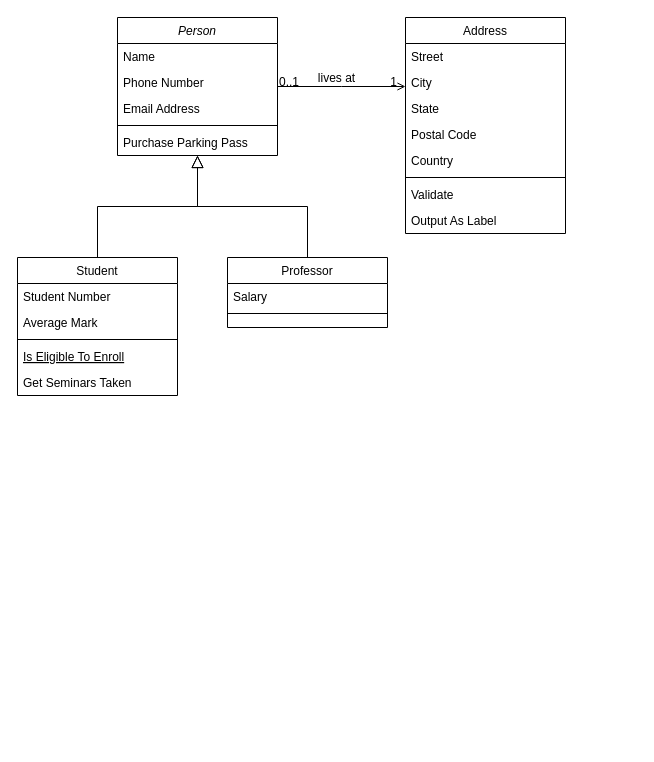
The draw.io diagram docs/UML1.drawio in justinzhuguangwen/behaviac, before the edit. Source tidied: cells renumbered, new cells numbered last; positions are measured from the earlier drawing's top-left corner, leaving out a move shared by most shapes. Both pictures are drawn from the tidied source at 100%, with x=0, y=0 at pixel (17, 17).
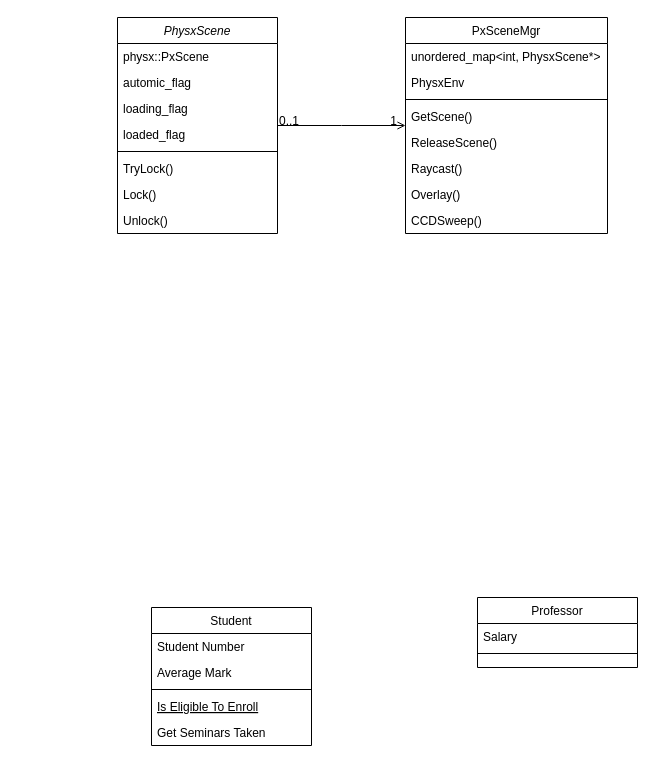
Above is the later version.

The change refers to these unchanged cells:
```xml
<mxCell id="28" style="endArrow=open;shadow=0;strokeWidth=1;rounded=0;endFill=1;edgeStyle=elbowEdgeStyle;elbow=vertical;" parent="1" edge="1" source="2" target="19">
  <mxGeometry x="0.5" y="41" relative="1" as="geometry">
    <mxPoint x="-40" y="32" as="offset" />
  </mxGeometry>
</mxCell>
```

Diff of the diagram source:
```diff
@@
-    <mxCell id="2" value="Person" style="swimlane;fontStyle=2;align=center;verticalAlign=top;horizontal=1;startSize=26;rounded=0;shadow=0;strokeWidth=1;" parent="1" vertex="1">
-      <mxGeometry x="100" width="160" height="138" as="geometry" />
+    <mxCell id="2" value="PhysxScene" style="swimlane;fontStyle=2;align=center;verticalAlign=top;horizontal=1;startSize=26;rounded=0;shadow=0;strokeWidth=1;" parent="1" vertex="1">
+      <mxGeometry x="100" width="160" height="216" as="geometry" />
     </mxCell>
-    <mxCell id="3" value="Name" style="text;align=left;verticalAlign=top;spacingLeft=4;spacingRight=4;overflow=hidden;" parent="2" vertex="1">
+    <mxCell id="3" value="physx::PxScene" style="text;align=left;verticalAlign=top;spacingLeft=4;spacingRight=4;overflow=hidden;" parent="2" vertex="1">
       <mxGeometry y="26" width="160" height="26" as="geometry" />
     </mxCell>
-    <mxCell id="4" value="Phone Number" style="text;align=left;verticalAlign=top;spacingLeft=4;spacingRight=4;overflow=hidden;rounded=0;shadow=0;html=0;" parent="2" vertex="1">
+    <mxCell id="4" value="automic_flag" style="text;align=left;verticalAlign=top;spacingLeft=4;spacingRight=4;overflow=hidden;rounded=0;shadow=0;html=0;" parent="2" vertex="1">
       <mxGeometry y="52" width="160" height="26" as="geometry" />
     </mxCell>
-    <mxCell id="5" value="Email Address" style="text;align=left;verticalAlign=top;spacingLeft=4;spacingRight=4;overflow=hidden;rounded=0;shadow=0;html=0;" parent="2" vertex="1">
+    <mxCell id="5" value="loading_flag" style="text;align=left;verticalAlign=top;spacingLeft=4;spacingRight=4;overflow=hidden;rounded=0;shadow=0;html=0;" parent="2" vertex="1">
       <mxGeometry y="78" width="160" height="26" as="geometry" />
     </mxCell>
+    <mxCell id="7" value="loaded_flag" style="text;align=left;verticalAlign=top;spacingLeft=4;spacingRight=4;overflow=hidden;" parent="2" vertex="1">
+      <mxGeometry y="104" width="160" height="26" as="geometry" />
+    </mxCell>
     <mxCell id="6" style="line;html=1;strokeWidth=1;align=left;verticalAlign=middle;spacingTop=-1;spacingLeft=3;spacingRight=3;labelPosition=right;" parent="2" vertex="1">
-      <mxGeometry y="104" width="160" height="8" as="geometry" />
+      <mxGeometry y="130" width="160" height="8" as="geometry" />
     </mxCell>
-    <mxCell id="7" value="Purchase Parking Pass" style="text;align=left;verticalAlign=top;spacingLeft=4;spacingRight=4;overflow=hidden;" parent="2" vertex="1">
-      <mxGeometry y="112" width="160" height="26" as="geometry" />
-    </mxCell>
+    <mxCell id="32" value="TryLock()" style="text;align=left;verticalAlign=top;spacingLeft=4;spacingRight=4;overflow=hidden;" parent="2" vertex="1">
+      <mxGeometry y="138" width="160" height="26" as="geometry" />
+    </mxCell>
+    <mxCell id="33" value="Lock()" style="text;align=left;verticalAlign=top;spacingLeft=4;spacingRight=4;overflow=hidden;" parent="2" vertex="1">
+      <mxGeometry y="164" width="160" height="26" as="geometry" />
+    </mxCell>
+    <mxCell id="34" value="Unlock()" style="text;align=left;verticalAlign=top;spacingLeft=4;spacingRight=4;overflow=hidden;" parent="2" vertex="1">
+      <mxGeometry y="190" width="160" height="26" as="geometry" />
+    </mxCell>
     <mxCell id="8" value="Student" style="swimlane;fontStyle=0;align=center;verticalAlign=top;horizontal=1;startSize=26;rounded=0;shadow=0;strokeWidth=1;" parent="1" vertex="1">
-      <mxGeometry y="240" width="160" height="138" as="geometry" />
+      <mxGeometry x="134" y="590" width="160" height="138" as="geometry" />
     </mxCell>
@@
-    <mxCell id="14" style="endArrow=block;endSize=10;endFill=0;shadow=0;strokeWidth=1;rounded=0;edgeStyle=elbowEdgeStyle;elbow=vertical;" parent="1" edge="1" source="8" target="2">
-      <mxGeometry relative="1" as="geometry" />
-    </mxCell>
     <mxCell id="15" value="Professor" style="swimlane;fontStyle=0;align=center;verticalAlign=top;horizontal=1;startSize=26;rounded=0;shadow=0;strokeWidth=1;" parent="1" vertex="1">
-      <mxGeometry x="210" y="240" width="160" height="70" as="geometry" />
+      <mxGeometry x="460" y="580" width="160" height="70" as="geometry" />
     </mxCell>
@@
-    <mxCell id="18" style="endArrow=block;endSize=10;endFill=0;shadow=0;strokeWidth=1;rounded=0;edgeStyle=elbowEdgeStyle;elbow=vertical;" parent="1" edge="1" source="15" target="2">
-      <mxGeometry relative="1" as="geometry" />
-    </mxCell>
-    <mxCell id="19" value="Address" style="swimlane;fontStyle=0;align=center;verticalAlign=top;horizontal=1;startSize=26;rounded=0;shadow=0;strokeWidth=1;" parent="1" vertex="1">
-      <mxGeometry x="388" width="160" height="216" as="geometry" />
+    <mxCell id="19" value="PxSceneMgr" style="swimlane;fontStyle=0;align=center;verticalAlign=top;horizontal=1;startSize=26;rounded=0;shadow=0;strokeWidth=1;" parent="1" vertex="1">
+      <mxGeometry x="388" width="202" height="216" as="geometry" />
     </mxCell>
-    <mxCell id="20" value="Street" style="text;align=left;verticalAlign=top;spacingLeft=4;spacingRight=4;overflow=hidden;" parent="19" vertex="1">
-      <mxGeometry y="26" width="160" height="26" as="geometry" />
-    </mxCell>
-    <mxCell id="21" value="City" style="text;align=left;verticalAlign=top;spacingLeft=4;spacingRight=4;overflow=hidden;rounded=0;shadow=0;html=0;" parent="19" vertex="1">
-      <mxGeometry y="52" width="160" height="26" as="geometry" />
-    </mxCell>
-    <mxCell id="22" value="State" style="text;align=left;verticalAlign=top;spacingLeft=4;spacingRight=4;overflow=hidden;rounded=0;shadow=0;html=0;" parent="19" vertex="1">
-      <mxGeometry y="78" width="160" height="26" as="geometry" />
+    <mxCell id="22" value="unordered_map&lt;int, PhysxScene*&gt;" style="text;align=left;verticalAlign=top;spacingLeft=4;spacingRight=4;overflow=hidden;rounded=0;shadow=0;html=0;" parent="19" vertex="1">
+      <mxGeometry y="26" width="202" height="26" as="geometry" />
     </mxCell>
-    <mxCell id="23" value="Postal Code" style="text;align=left;verticalAlign=top;spacingLeft=4;spacingRight=4;overflow=hidden;rounded=0;shadow=0;html=0;" parent="19" vertex="1">
-      <mxGeometry y="104" width="160" height="26" as="geometry" />
+    <mxCell id="23" value="PhysxEnv" style="text;align=left;verticalAlign=top;spacingLeft=4;spacingRight=4;overflow=hidden;rounded=0;shadow=0;html=0;" parent="19" vertex="1">
+      <mxGeometry y="52" width="202" height="26" as="geometry" />
     </mxCell>
-    <mxCell id="24" value="Country" style="text;align=left;verticalAlign=top;spacingLeft=4;spacingRight=4;overflow=hidden;rounded=0;shadow=0;html=0;" parent="19" vertex="1">
-      <mxGeometry y="130" width="160" height="26" as="geometry" />
-    </mxCell>
     <mxCell id="25" style="line;html=1;strokeWidth=1;align=left;verticalAlign=middle;spacingTop=-1;spacingLeft=3;spacingRight=3;labelPosition=right;" parent="19" vertex="1">
-      <mxGeometry y="156" width="160" height="8" as="geometry" />
+      <mxGeometry y="78" width="202" height="8" as="geometry" />
     </mxCell>
-    <mxCell id="26" value="Validate" style="text;align=left;verticalAlign=top;spacingLeft=4;spacingRight=4;overflow=hidden;" parent="19" vertex="1">
-      <mxGeometry y="164" width="160" height="26" as="geometry" />
+    <mxCell id="26" value="GetScene()" style="text;align=left;verticalAlign=top;spacingLeft=4;spacingRight=4;overflow=hidden;" parent="19" vertex="1">
+      <mxGeometry y="86" width="202" height="26" as="geometry" />
     </mxCell>
-    <mxCell id="27" value="Output As Label" style="text;align=left;verticalAlign=top;spacingLeft=4;spacingRight=4;overflow=hidden;" parent="19" vertex="1">
-      <mxGeometry y="190" width="160" height="26" as="geometry" />
+    <mxCell id="27" value="ReleaseScene()" style="text;align=left;verticalAlign=top;spacingLeft=4;spacingRight=4;overflow=hidden;" parent="19" vertex="1">
+      <mxGeometry y="112" width="202" height="26" as="geometry" />
     </mxCell>
+    <mxCell id="35" value="Raycast()" style="text;align=left;verticalAlign=top;spacingLeft=4;spacingRight=4;overflow=hidden;" parent="19" vertex="1">
+      <mxGeometry y="138" width="202" height="26" as="geometry" />
+    </mxCell>
+    <mxCell id="36" value="Overlay()" style="text;align=left;verticalAlign=top;spacingLeft=4;spacingRight=4;overflow=hidden;" parent="19" vertex="1">
+      <mxGeometry y="164" width="202" height="26" as="geometry" />
+    </mxCell>
+    <mxCell id="37" value="CCDSweep()" style="text;align=left;verticalAlign=top;spacingLeft=4;spacingRight=4;overflow=hidden;" parent="19" vertex="1">
+      <mxGeometry y="190" width="202" height="26" as="geometry" />
+    </mxCell>
@@
-    <mxCell id="31" value="lives at" style="text;html=1;align=center;verticalAlign=middle;labelBackgroundColor=none;rounded=0;shadow=0;strokeWidth=1;fontSize=12;" parent="28" vertex="1">
-      <mxGeometry x="0.5" y="49" relative="1" as="geometry">
-        <mxPoint x="-38" y="40" as="offset" />
-      </mxGeometry>
-    </mxCell>
```
